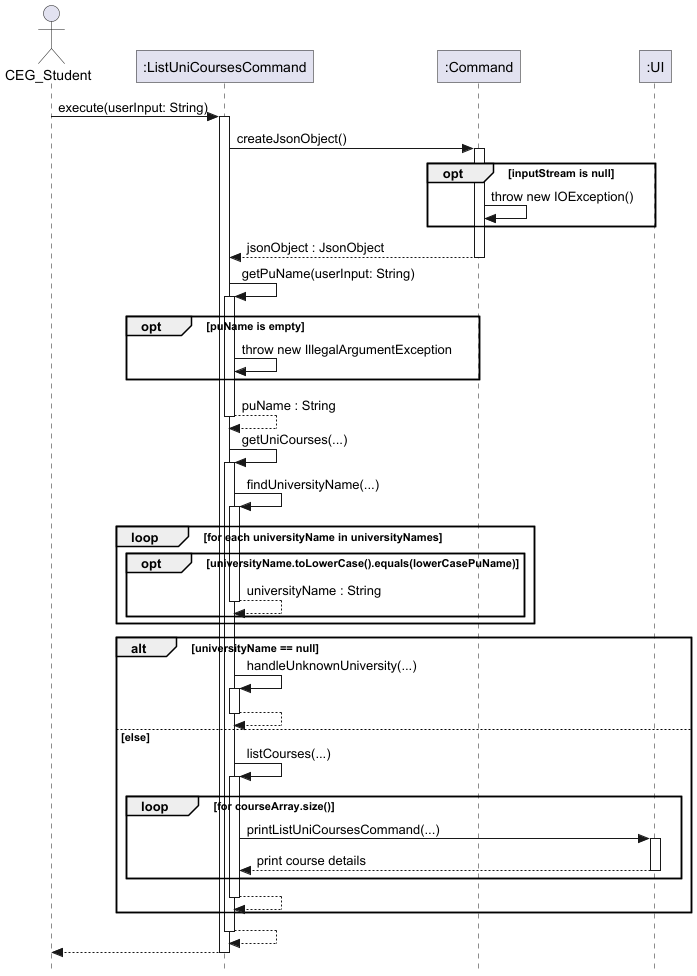
The PlantUML diagram docs/images/ListUniCoursesCommand.png in nus-cs2113-AY2425S1/tp, before a commit. Its diagram source:
```plantuml
@startuml

hide footbox

!include .SequenceDiagram.config

actor CEG_Student

participant ":ListUniCoursesCommand" as ListUniCoursesCommand
participant ":Command" as Command
participant ":UI" as UI

CEG_Student -> ListUniCoursesCommand : execute(userInput: String)
activate ListUniCoursesCommand

ListUniCoursesCommand -> Command : createJsonObject()
activate Command

opt inputStream is null
    Command -> Command: throw new IOException()
end

Command --> ListUniCoursesCommand: jsonObject : JsonObject
deactivate Command

ListUniCoursesCommand -> ListUniCoursesCommand : getPuName(userInput: String)
activate ListUniCoursesCommand

opt puName is empty
    ListUniCoursesCommand -> ListUniCoursesCommand : throw new IllegalArgumentException
end
return puName : String

ListUniCoursesCommand -> ListUniCoursesCommand : getUniCourses(...)
activate ListUniCoursesCommand

ListUniCoursesCommand -> ListUniCoursesCommand : findUniversityName(...)
activate ListUniCoursesCommand
loop for each universityName in universityNames
    opt universityName.toLowerCase().equals(lowerCasePuName)
    return universityName : String
    end
end

alt universityName == null
    ListUniCoursesCommand -> ListUniCoursesCommand : handleUnknownUniversity(...)
    activate ListUniCoursesCommand
    return
        else else
        ListUniCoursesCommand -> ListUniCoursesCommand : listCourses(...)
        activate ListUniCoursesCommand
            loop for courseArray.size()
            ListUniCoursesCommand -> UI : printListUniCoursesCommand(...)
            activate UI
            return print course details
            end
        return
    end
return

ListUniCoursesCommand --> CEG_Student
deactivate ListUniCoursesCommand

@enduml
```
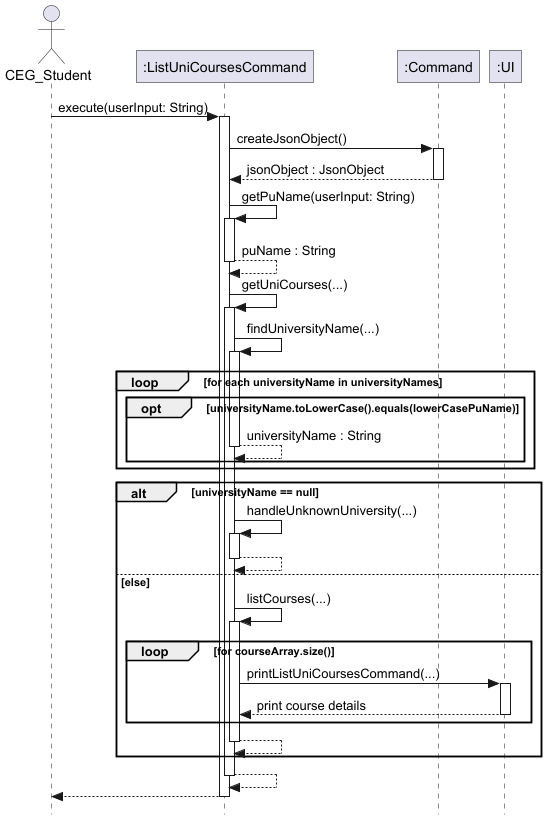
After the change.

Commit message:
Delete exceptions for HelpCommand sequence diagram

What changed in the source:
```diff
@@ -16,19 +16,12 @@
 ListUniCoursesCommand -> Command : createJsonObject()
 activate Command
 
-opt inputStream is null
-    Command -> Command: throw new IOException()
-end
-
 Command --> ListUniCoursesCommand: jsonObject : JsonObject
 deactivate Command
 
 ListUniCoursesCommand -> ListUniCoursesCommand : getPuName(userInput: String)
 activate ListUniCoursesCommand
 
-opt puName is empty
-    ListUniCoursesCommand -> ListUniCoursesCommand : throw new IllegalArgumentException
-end
 return puName : String
 
 ListUniCoursesCommand -> ListUniCoursesCommand : getUniCourses(...)
```
